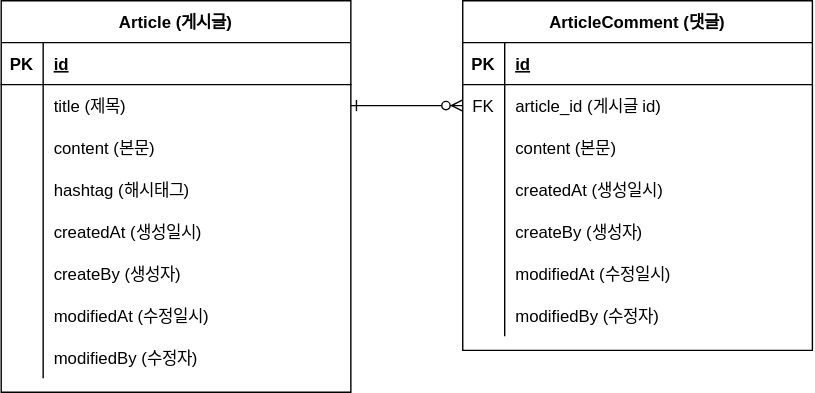
Above: document/project-borad-erd.svg in Lee-Coderrr/Springboot-project (draw.io), before the change. Source tidied: cells renumbered, new cells last; positions are measured from the earlier drawing's top-left corner, leaving out a move shared by most shapes.
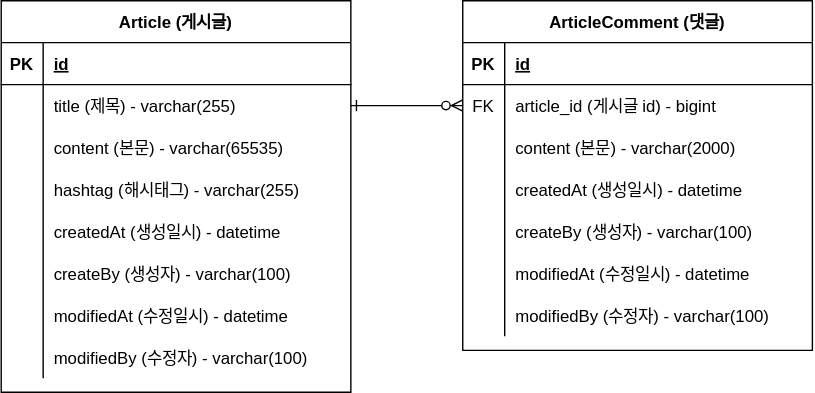
Above is the later version.

Commit message:
#8 - erd 벡터 이미지 타입 추가: project-borad-erd.svg

Change to the diagram source:
```diff
@@ -28,7 +28,7 @@
     <mxCell id="9" style="shape=partialRectangle;overflow=hidden;fillColor=none;top=0;left=0;bottom=0;right=0;" parent="8" vertex="1">
       <mxGeometry width="30" height="30" as="geometry" />
     </mxCell>
-    <mxCell id="10" value="title (제목)" style="shape=partialRectangle;overflow=hidden;fillColor=none;top=0;left=0;bottom=0;right=0;align=left;spacingLeft=6;" parent="8" vertex="1">
+    <mxCell id="10" value="title (제목) - varchar(255)" style="shape=partialRectangle;overflow=hidden;fillColor=none;top=0;left=0;bottom=0;right=0;align=left;spacingLeft=6;" parent="8" vertex="1">
       <mxGeometry x="30" width="220" height="30" as="geometry" />
     </mxCell>
     <mxCell id="11" style="shape=partialRectangle;fillColor=none;top=0;left=0;right=0;bottom=0;" parent="4" vertex="1">
@@ -37,7 +37,7 @@
     <mxCell id="12" style="shape=partialRectangle;overflow=hidden;fillColor=none;top=0;left=0;bottom=0;right=0;" parent="11" vertex="1">
       <mxGeometry width="30" height="30" as="geometry" />
     </mxCell>
-    <mxCell id="13" value="content (본문)" style="shape=partialRectangle;overflow=hidden;fillColor=none;top=0;left=0;bottom=0;right=0;align=left;spacingLeft=6;" parent="11" vertex="1">
+    <mxCell id="13" value="content (본문) - varchar(65535)" style="shape=partialRectangle;overflow=hidden;fillColor=none;top=0;left=0;bottom=0;right=0;align=left;spacingLeft=6;" parent="11" vertex="1">
       <mxGeometry x="30" width="220" height="30" as="geometry" />
     </mxCell>
     <mxCell id="14" style="shape=partialRectangle;fillColor=none;top=0;left=0;right=0;bottom=0;" parent="4" vertex="1">
@@ -46,7 +46,7 @@
     <mxCell id="15" style="shape=partialRectangle;overflow=hidden;fillColor=none;top=0;left=0;bottom=0;right=0;" parent="14" vertex="1">
       <mxGeometry width="30" height="30" as="geometry" />
     </mxCell>
-    <mxCell id="16" value="hashtag (해시태그)" style="shape=partialRectangle;overflow=hidden;fillColor=none;top=0;left=0;bottom=0;right=0;align=left;spacingLeft=6;" parent="14" vertex="1">
+    <mxCell id="16" value="hashtag (해시태그) - varchar(255)" style="shape=partialRectangle;overflow=hidden;fillColor=none;top=0;left=0;bottom=0;right=0;align=left;spacingLeft=6;" parent="14" vertex="1">
       <mxGeometry x="30" width="220" height="30" as="geometry" />
     </mxCell>
     <mxCell id="17" style="shape=partialRectangle;fillColor=none;top=0;left=0;right=0;bottom=0;" parent="4" vertex="1">
@@ -55,7 +55,7 @@
     <mxCell id="18" style="shape=partialRectangle;overflow=hidden;fillColor=none;top=0;left=0;bottom=0;right=0;" parent="17" vertex="1">
       <mxGeometry width="30" height="30" as="geometry" />
     </mxCell>
-    <mxCell id="19" value="createdAt (생성일시)" style="shape=partialRectangle;overflow=hidden;fillColor=none;top=0;left=0;bottom=0;right=0;align=left;spacingLeft=6;" parent="17" vertex="1">
+    <mxCell id="19" value="createdAt (생성일시) - datetime" style="shape=partialRectangle;overflow=hidden;fillColor=none;top=0;left=0;bottom=0;right=0;align=left;spacingLeft=6;" parent="17" vertex="1">
       <mxGeometry x="30" width="220" height="30" as="geometry" />
     </mxCell>
     <mxCell id="20" style="shape=partialRectangle;fillColor=none;top=0;left=0;right=0;bottom=0;" parent="4" vertex="1">
@@ -64,7 +64,7 @@
     <mxCell id="21" style="shape=partialRectangle;overflow=hidden;fillColor=none;top=0;left=0;bottom=0;right=0;" parent="20" vertex="1">
       <mxGeometry width="30" height="30" as="geometry" />
     </mxCell>
-    <mxCell id="22" value="createBy (생성자)" style="shape=partialRectangle;overflow=hidden;fillColor=none;top=0;left=0;bottom=0;right=0;align=left;spacingLeft=6;" parent="20" vertex="1">
+    <mxCell id="22" value="createBy (생성자) - varchar(100)" style="shape=partialRectangle;overflow=hidden;fillColor=none;top=0;left=0;bottom=0;right=0;align=left;spacingLeft=6;" parent="20" vertex="1">
       <mxGeometry x="30" width="220" height="30" as="geometry" />
     </mxCell>
     <mxCell id="23" style="shape=partialRectangle;fillColor=none;top=0;left=0;right=0;bottom=0;" parent="4" vertex="1">
@@ -73,7 +73,7 @@
     <mxCell id="24" style="shape=partialRectangle;overflow=hidden;fillColor=none;top=0;left=0;bottom=0;right=0;" parent="23" vertex="1">
       <mxGeometry width="30" height="30" as="geometry" />
     </mxCell>
-    <mxCell id="25" value="modifiedAt (수정일시)" style="shape=partialRectangle;overflow=hidden;fillColor=none;top=0;left=0;bottom=0;right=0;align=left;spacingLeft=6;" parent="23" vertex="1">
+    <mxCell id="25" value="modifiedAt (수정일시) - datetime" style="shape=partialRectangle;overflow=hidden;fillColor=none;top=0;left=0;bottom=0;right=0;align=left;spacingLeft=6;" parent="23" vertex="1">
       <mxGeometry x="30" width="220" height="30" as="geometry" />
     </mxCell>
     <mxCell id="26" style="shape=partialRectangle;fillColor=none;top=0;left=0;right=0;bottom=0;" parent="4" vertex="1">
@@ -82,7 +82,7 @@
     <mxCell id="27" style="shape=partialRectangle;overflow=hidden;fillColor=none;top=0;left=0;bottom=0;right=0;" parent="26" vertex="1">
       <mxGeometry width="30" height="30" as="geometry" />
     </mxCell>
-    <mxCell id="28" value="modifiedBy (수정자)" style="shape=partialRectangle;overflow=hidden;fillColor=none;top=0;left=0;bottom=0;right=0;align=left;spacingLeft=6;" parent="26" vertex="1">
+    <mxCell id="28" value="modifiedBy (수정자) - varchar(100)" style="shape=partialRectangle;overflow=hidden;fillColor=none;top=0;left=0;bottom=0;right=0;align=left;spacingLeft=6;" parent="26" vertex="1">
       <mxGeometry x="30" width="220" height="30" as="geometry" />
     </mxCell>
     <mxCell id="29" value="ArticleComment (댓글)" style="shape=table;startSize=30;rowLines=0;fontStyle=1;align=center;" parent="1" vertex="1">
@@ -103,7 +103,7 @@
     <mxCell id="34" value="FK" style="shape=partialRectangle;overflow=hidden;fillColor=none;top=0;left=0;bottom=0;right=0;" parent="33" vertex="1">
       <mxGeometry width="30" height="30" as="geometry" />
     </mxCell>
-    <mxCell id="35" value="article_id (게시글 id)" style="shape=partialRectangle;overflow=hidden;fillColor=none;top=0;left=0;bottom=0;right=0;align=left;spacingLeft=6;" parent="33" vertex="1">
+    <mxCell id="35" value="article_id (게시글 id) - bigint" style="shape=partialRectangle;overflow=hidden;fillColor=none;top=0;left=0;bottom=0;right=0;align=left;spacingLeft=6;" parent="33" vertex="1">
       <mxGeometry x="30" width="220" height="30" as="geometry" />
     </mxCell>
     <mxCell id="36" style="shape=partialRectangle;fillColor=none;top=0;left=0;right=0;bottom=0;" parent="29" vertex="1">
@@ -112,7 +112,7 @@
     <mxCell id="37" style="shape=partialRectangle;overflow=hidden;fillColor=none;top=0;left=0;bottom=0;right=0;" parent="36" vertex="1">
       <mxGeometry width="30" height="30" as="geometry" />
     </mxCell>
-    <mxCell id="38" value="content (본문)" style="shape=partialRectangle;overflow=hidden;fillColor=none;top=0;left=0;bottom=0;right=0;align=left;spacingLeft=6;" parent="36" vertex="1">
+    <mxCell id="38" value="content (본문) - varchar(2000)" style="shape=partialRectangle;overflow=hidden;fillColor=none;top=0;left=0;bottom=0;right=0;align=left;spacingLeft=6;" parent="36" vertex="1">
       <mxGeometry x="30" width="220" height="30" as="geometry" />
     </mxCell>
     <mxCell id="39" style="shape=partialRectangle;fillColor=none;top=0;left=0;right=0;bottom=0;" parent="29" vertex="1">
@@ -121,7 +121,7 @@
     <mxCell id="40" style="shape=partialRectangle;overflow=hidden;fillColor=none;top=0;left=0;bottom=0;right=0;" parent="39" vertex="1">
       <mxGeometry width="30" height="30" as="geometry" />
     </mxCell>
-    <mxCell id="41" value="createdAt (생성일시)" style="shape=partialRectangle;overflow=hidden;fillColor=none;top=0;left=0;bottom=0;right=0;align=left;spacingLeft=6;" parent="39" vertex="1">
+    <mxCell id="41" value="createdAt (생성일시) - datetime" style="shape=partialRectangle;overflow=hidden;fillColor=none;top=0;left=0;bottom=0;right=0;align=left;spacingLeft=6;" parent="39" vertex="1">
       <mxGeometry x="30" width="220" height="30" as="geometry" />
     </mxCell>
     <mxCell id="42" style="shape=partialRectangle;fillColor=none;top=0;left=0;right=0;bottom=0;" parent="29" vertex="1">
@@ -130,7 +130,7 @@
     <mxCell id="43" style="shape=partialRectangle;overflow=hidden;fillColor=none;top=0;left=0;bottom=0;right=0;" parent="42" vertex="1">
       <mxGeometry width="30" height="30" as="geometry" />
     </mxCell>
-    <mxCell id="44" value="createBy (생성자)" style="shape=partialRectangle;overflow=hidden;fillColor=none;top=0;left=0;bottom=0;right=0;align=left;spacingLeft=6;" parent="42" vertex="1">
+    <mxCell id="44" value="createBy (생성자) - varchar(100)" style="shape=partialRectangle;overflow=hidden;fillColor=none;top=0;left=0;bottom=0;right=0;align=left;spacingLeft=6;" parent="42" vertex="1">
       <mxGeometry x="30" width="220" height="30" as="geometry" />
     </mxCell>
     <mxCell id="45" style="shape=partialRectangle;fillColor=none;top=0;left=0;right=0;bottom=0;" parent="29" vertex="1">
@@ -139,7 +139,7 @@
     <mxCell id="46" style="shape=partialRectangle;overflow=hidden;fillColor=none;top=0;left=0;bottom=0;right=0;" parent="45" vertex="1">
       <mxGeometry width="30" height="30" as="geometry" />
     </mxCell>
-    <mxCell id="47" value="modifiedAt (수정일시)" style="shape=partialRectangle;overflow=hidden;fillColor=none;top=0;left=0;bottom=0;right=0;align=left;spacingLeft=6;" parent="45" vertex="1">
+    <mxCell id="47" value="modifiedAt (수정일시) - datetime" style="shape=partialRectangle;overflow=hidden;fillColor=none;top=0;left=0;bottom=0;right=0;align=left;spacingLeft=6;" parent="45" vertex="1">
       <mxGeometry x="30" width="220" height="30" as="geometry" />
     </mxCell>
     <mxCell id="48" style="shape=partialRectangle;fillColor=none;top=0;left=0;right=0;bottom=0;" parent="29" vertex="1">
@@ -148,7 +148,7 @@
     <mxCell id="49" style="shape=partialRectangle;overflow=hidden;fillColor=none;top=0;left=0;bottom=0;right=0;" parent="48" vertex="1">
       <mxGeometry width="30" height="30" as="geometry" />
     </mxCell>
-    <mxCell id="50" value="modifiedBy (수정자)" style="shape=partialRectangle;overflow=hidden;fillColor=none;top=0;left=0;bottom=0;right=0;align=left;spacingLeft=6;" parent="48" vertex="1">
+    <mxCell id="50" value="modifiedBy (수정자) - varchar(100)" style="shape=partialRectangle;overflow=hidden;fillColor=none;top=0;left=0;bottom=0;right=0;align=left;spacingLeft=6;" parent="48" vertex="1">
       <mxGeometry x="30" width="220" height="30" as="geometry" />
     </mxCell>
   </root>
```
